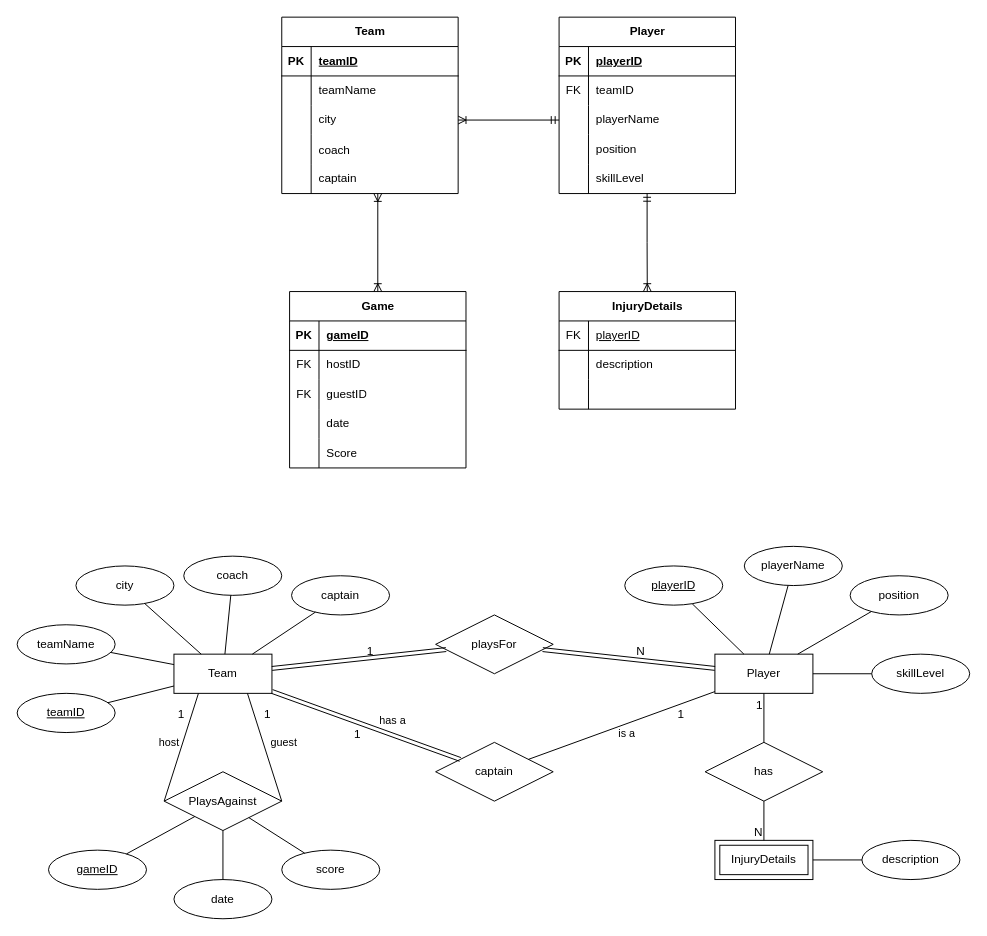
This is Untitled Diagram.drawio from thewecas/pws-sql, a draw.io file, before an edit. Source tidied: cells renumbered, new cells numbered last; positions are measured from the earlier drawing's top-left corner, leaving out a move shared by most shapes. Both pictures are drawn from the tidied source at 98%, with x=0, y=0 at pixel (17, 17).
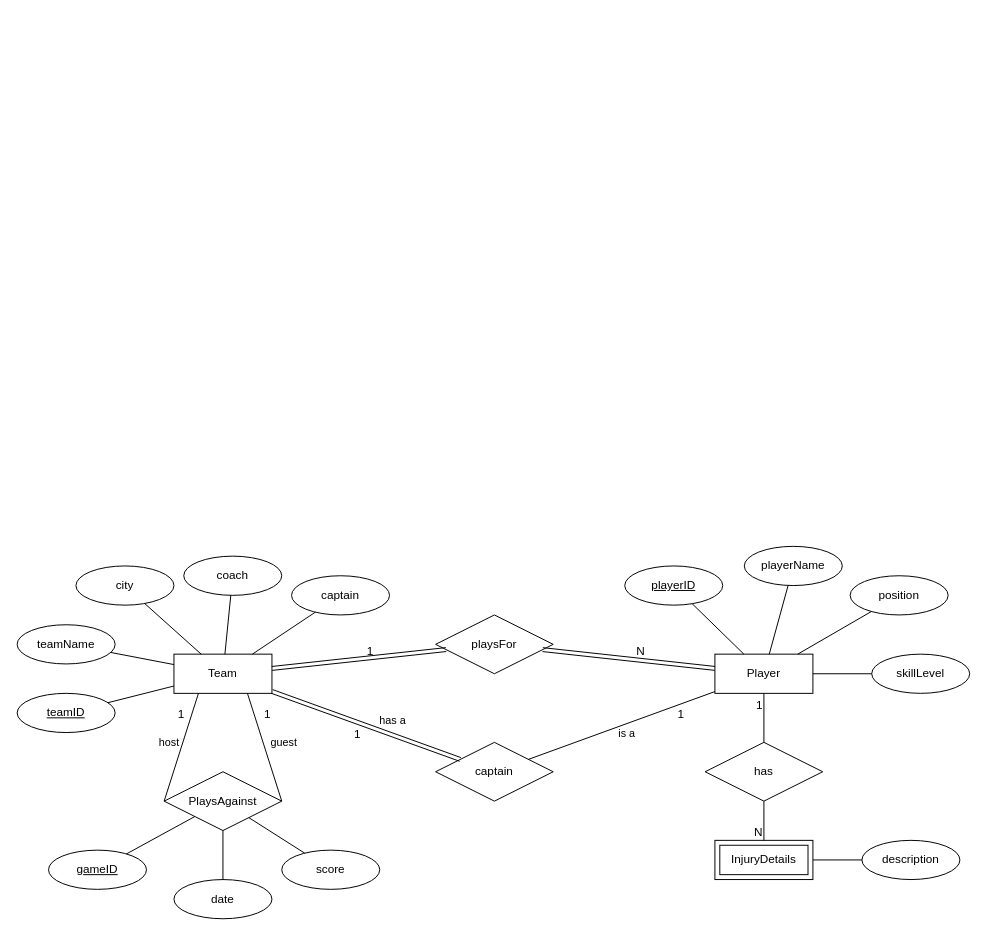
The same page after the edit.

Change to the diagram source:
```diff
@@
-    <mxCell id="2" value="Team" style="shape=table;startSize=30;childLayout=tableLayout;rowLines=0;fontStyle=1;align=center;html=1;" parent="1" vertex="1">
-      <mxGeometry x="270" width="180" height="180" as="geometry" />
-    </mxCell>
-    <mxCell id="3" style="shape=tableRow;horizontal=0;startSize=0;swimlaneHead=0;swimlaneBody=0;fillColor=none;top=0;left=0;right=0;bottom=1;" parent="2" vertex="1">
-      <mxGeometry y="30" width="180" height="30" as="geometry" />
-    </mxCell>
-    <mxCell id="4" value="PK" style="shape=partialRectangle;fillColor=none;top=0;left=0;bottom=0;right=0;fontStyle=1;overflow=hidden;whiteSpace=wrap;html=1;" parent="3" vertex="1">
-      <mxGeometry width="30" height="30" as="geometry" />
-    </mxCell>
-    <mxCell id="5" value="teamID" style="shape=partialRectangle;fillColor=none;top=0;left=0;bottom=0;right=0;align=left;spacingLeft=6;fontStyle=5;overflow=hidden;whiteSpace=wrap;html=1;" parent="3" vertex="1">
-      <mxGeometry x="30" width="150" height="30" as="geometry" />
-    </mxCell>
-    <mxCell id="6" style="shape=tableRow;horizontal=0;startSize=0;swimlaneHead=0;swimlaneBody=0;fillColor=none;top=0;left=0;right=0;bottom=0;" parent="2" vertex="1">
-      <mxGeometry y="60" width="180" height="30" as="geometry" />
-    </mxCell>
-    <mxCell id="7" style="shape=partialRectangle;fillColor=none;top=0;left=0;bottom=0;right=0;overflow=hidden;whiteSpace=wrap;html=1;" parent="6" vertex="1">
-      <mxGeometry width="30" height="30" as="geometry" />
-    </mxCell>
-    <mxCell id="8" value="teamName" style="shape=partialRectangle;fillColor=none;top=0;left=0;bottom=0;right=0;align=left;spacingLeft=6;overflow=hidden;whiteSpace=wrap;html=1;" parent="6" vertex="1">
-      <mxGeometry x="30" width="150" height="30" as="geometry" />
-    </mxCell>
-    <mxCell id="9" style="shape=tableRow;horizontal=0;startSize=0;swimlaneHead=0;swimlaneBody=0;fillColor=none;points=[[0,0.5],[1,0.5]];portConstraint=eastwest;top=0;left=0;right=0;bottom=0;" parent="2" vertex="1">
-      <mxGeometry y="90" width="180" height="30" as="geometry" />
-    </mxCell>
-    <mxCell id="10" style="shape=partialRectangle;fillColor=none;top=0;left=0;bottom=0;right=0;overflow=hidden;whiteSpace=wrap;html=1;" parent="9" vertex="1">
-      <mxGeometry width="30" height="30" as="geometry" />
-    </mxCell>
-    <mxCell id="11" value="city" style="shape=partialRectangle;fillColor=none;top=0;left=0;bottom=0;right=0;align=left;spacingLeft=6;overflow=hidden;whiteSpace=wrap;html=1;" parent="9" vertex="1">
-      <mxGeometry x="30" width="150" height="30" as="geometry" />
-    </mxCell>
-    <mxCell id="12" style="shape=tableRow;horizontal=0;startSize=0;swimlaneHead=0;swimlaneBody=0;fillColor=none;top=0;left=0;right=0;bottom=0;" parent="2" vertex="1">
-      <mxGeometry y="120" width="180" height="30" as="geometry" />
-    </mxCell>
-    <mxCell id="13" style="shape=partialRectangle;fillColor=none;top=0;left=0;bottom=0;right=0;overflow=hidden;" parent="12" vertex="1">
-      <mxGeometry width="30" height="30" as="geometry" />
-    </mxCell>
-    <mxCell id="14" value="coach" style="shape=partialRectangle;fillColor=none;top=0;left=0;bottom=0;right=0;align=left;spacingLeft=6;overflow=hidden;" parent="12" vertex="1">
-      <mxGeometry x="30" width="150" height="30" as="geometry" />
-    </mxCell>
-    <mxCell id="15" style="shape=tableRow;horizontal=0;startSize=0;swimlaneHead=0;swimlaneBody=0;fillColor=none;top=0;left=0;right=0;bottom=0;" parent="2" vertex="1">
-      <mxGeometry y="150" width="180" height="30" as="geometry" />
-    </mxCell>
-    <mxCell id="16" style="shape=partialRectangle;fillColor=none;top=0;left=0;bottom=0;right=0;overflow=hidden;whiteSpace=wrap;html=1;" parent="15" vertex="1">
-      <mxGeometry width="30" height="30" as="geometry" />
-    </mxCell>
-    <mxCell id="17" value="captain" style="shape=partialRectangle;fillColor=none;top=0;left=0;bottom=0;right=0;align=left;spacingLeft=6;overflow=hidden;whiteSpace=wrap;html=1;" parent="15" vertex="1">
-      <mxGeometry x="30" width="150" height="30" as="geometry" />
-    </mxCell>
-    <mxCell id="18" value="Player" style="shape=table;startSize=30;childLayout=tableLayout;rowLines=0;fontStyle=1;align=center;html=1;" parent="1" vertex="1">
-      <mxGeometry x="553" width="180" height="180" as="geometry" />
-    </mxCell>
-    <mxCell id="19" style="shape=tableRow;horizontal=0;startSize=0;swimlaneHead=0;swimlaneBody=0;fillColor=none;top=0;left=0;right=0;bottom=1;" parent="18" vertex="1">
-      <mxGeometry y="30" width="180" height="30" as="geometry" />
-    </mxCell>
-    <mxCell id="20" value="PK" style="shape=partialRectangle;fillColor=none;top=0;left=0;bottom=0;right=0;fontStyle=1;overflow=hidden;whiteSpace=wrap;html=1;" parent="19" vertex="1">
-      <mxGeometry width="30" height="30" as="geometry" />
-    </mxCell>
-    <mxCell id="21" value="playerID" style="shape=partialRectangle;fillColor=none;top=0;left=0;bottom=0;right=0;align=left;spacingLeft=6;fontStyle=5;overflow=hidden;whiteSpace=wrap;html=1;" parent="19" vertex="1">
-      <mxGeometry x="30" width="150" height="30" as="geometry" />
-    </mxCell>
-    <mxCell id="22" style="shape=tableRow;horizontal=0;startSize=0;swimlaneHead=0;swimlaneBody=0;fillColor=none;top=0;left=0;right=0;bottom=0;" parent="18" vertex="1">
-      <mxGeometry y="60" width="180" height="30" as="geometry" />
-    </mxCell>
-    <mxCell id="23" value="FK" style="shape=partialRectangle;fillColor=none;top=0;left=0;bottom=0;right=0;fontStyle=0;overflow=hidden;whiteSpace=wrap;html=1;" parent="22" vertex="1">
-      <mxGeometry width="30" height="30" as="geometry" />
-    </mxCell>
-    <mxCell id="24" value="teamID" style="shape=partialRectangle;fillColor=none;top=0;left=0;bottom=0;right=0;align=left;spacingLeft=6;fontStyle=0;overflow=hidden;whiteSpace=wrap;html=1;" parent="22" vertex="1">
-      <mxGeometry x="30" width="150" height="30" as="geometry" />
-    </mxCell>
-    <mxCell id="25" style="shape=tableRow;horizontal=0;startSize=0;swimlaneHead=0;swimlaneBody=0;fillColor=none;points=[[0,0.5],[1,0.5]];portConstraint=eastwest;top=0;left=0;right=0;bottom=0;" parent="18" vertex="1">
-      <mxGeometry y="90" width="180" height="30" as="geometry" />
-    </mxCell>
-    <mxCell id="26" style="shape=partialRectangle;fillColor=none;top=0;left=0;bottom=0;right=0;overflow=hidden;whiteSpace=wrap;html=1;" parent="25" vertex="1">
-      <mxGeometry width="30" height="30" as="geometry" />
-    </mxCell>
-    <mxCell id="27" value="playerName" style="shape=partialRectangle;fillColor=none;top=0;left=0;bottom=0;right=0;align=left;spacingLeft=6;overflow=hidden;whiteSpace=wrap;html=1;" parent="25" vertex="1">
-      <mxGeometry x="30" width="150" height="30" as="geometry" />
-    </mxCell>
-    <mxCell id="28" style="shape=tableRow;horizontal=0;startSize=0;swimlaneHead=0;swimlaneBody=0;fillColor=none;top=0;left=0;right=0;bottom=0;" parent="18" vertex="1">
-      <mxGeometry y="120" width="180" height="30" as="geometry" />
-    </mxCell>
-    <mxCell id="29" style="shape=partialRectangle;fillColor=none;top=0;left=0;bottom=0;right=0;overflow=hidden;whiteSpace=wrap;html=1;" parent="28" vertex="1">
-      <mxGeometry width="30" height="30" as="geometry" />
-    </mxCell>
-    <mxCell id="30" value="position" style="shape=partialRectangle;fillColor=none;top=0;left=0;bottom=0;right=0;align=left;spacingLeft=6;overflow=hidden;whiteSpace=wrap;html=1;" parent="28" vertex="1">
-      <mxGeometry x="30" width="150" height="30" as="geometry" />
-    </mxCell>
-    <mxCell id="31" style="shape=tableRow;horizontal=0;startSize=0;swimlaneHead=0;swimlaneBody=0;fillColor=none;points=[[0,0.5],[1,0.5]];portConstraint=eastwest;top=0;left=0;right=0;bottom=0;" parent="18" vertex="1">
-      <mxGeometry y="150" width="180" height="30" as="geometry" />
-    </mxCell>
-    <mxCell id="32" style="shape=partialRectangle;fillColor=none;top=0;left=0;bottom=0;right=0;overflow=hidden;whiteSpace=wrap;html=1;" parent="31" vertex="1">
-      <mxGeometry width="30" height="30" as="geometry" />
-    </mxCell>
-    <mxCell id="33" value="skillLevel" style="shape=partialRectangle;fillColor=none;top=0;left=0;bottom=0;right=0;align=left;spacingLeft=6;overflow=hidden;whiteSpace=wrap;html=1;" parent="31" vertex="1">
-      <mxGeometry x="30" width="150" height="30" as="geometry" />
-    </mxCell>
-    <mxCell id="34" value="InjuryDetails" style="shape=table;startSize=30;childLayout=tableLayout;rowLines=0;fontStyle=1;align=center;html=1;" parent="1" vertex="1">
-      <mxGeometry x="553" y="280" width="180" height="120" as="geometry" />
-    </mxCell>
-    <mxCell id="35" style="shape=tableRow;horizontal=0;startSize=0;swimlaneHead=0;swimlaneBody=0;fillColor=none;top=0;left=0;right=0;bottom=1;" parent="34" vertex="1">
-      <mxGeometry y="30" width="180" height="30" as="geometry" />
-    </mxCell>
-    <mxCell id="36" value="&lt;span style=&quot;font-weight: normal;&quot;&gt;FK&lt;/span&gt;" style="shape=partialRectangle;fillColor=none;top=0;left=0;bottom=0;right=0;fontStyle=1;overflow=hidden;whiteSpace=wrap;html=1;" parent="35" vertex="1">
-      <mxGeometry width="30" height="30" as="geometry" />
-    </mxCell>
-    <mxCell id="37" value="&lt;span style=&quot;font-weight: normal;&quot;&gt;playerID&lt;/span&gt;" style="shape=partialRectangle;fillColor=none;top=0;left=0;bottom=0;right=0;align=left;spacingLeft=6;fontStyle=5;overflow=hidden;whiteSpace=wrap;html=1;" parent="35" vertex="1">
-      <mxGeometry x="30" width="150" height="30" as="geometry" />
-    </mxCell>
-    <mxCell id="38" style="shape=tableRow;horizontal=0;startSize=0;swimlaneHead=0;swimlaneBody=0;fillColor=none;top=0;left=0;right=0;bottom=0;" parent="34" vertex="1">
-      <mxGeometry y="60" width="180" height="30" as="geometry" />
-    </mxCell>
-    <mxCell id="39" style="shape=partialRectangle;fillColor=none;top=0;left=0;bottom=0;right=0;overflow=hidden;whiteSpace=wrap;html=1;" parent="38" vertex="1">
-      <mxGeometry width="30" height="30" as="geometry" />
-    </mxCell>
-    <mxCell id="40" value="description" style="shape=partialRectangle;fillColor=none;top=0;left=0;bottom=0;right=0;align=left;spacingLeft=6;overflow=hidden;whiteSpace=wrap;html=1;" parent="38" vertex="1">
-      <mxGeometry x="30" width="150" height="30" as="geometry" />
-    </mxCell>
-    <mxCell id="41" style="shape=tableRow;horizontal=0;startSize=0;swimlaneHead=0;swimlaneBody=0;fillColor=none;top=0;left=0;right=0;bottom=0;" parent="34" vertex="1">
-      <mxGeometry y="90" width="180" height="30" as="geometry" />
-    </mxCell>
-    <mxCell id="42" style="shape=partialRectangle;fillColor=none;top=0;left=0;bottom=0;right=0;overflow=hidden;whiteSpace=wrap;html=1;" parent="41" vertex="1">
-      <mxGeometry width="30" height="30" as="geometry" />
-    </mxCell>
-    <mxCell id="43" style="shape=partialRectangle;fillColor=none;top=0;left=0;bottom=0;right=0;align=left;spacingLeft=6;overflow=hidden;whiteSpace=wrap;html=1;" parent="41" vertex="1">
-      <mxGeometry x="30" width="150" height="30" as="geometry" />
-    </mxCell>
-    <mxCell id="44" value="Game" style="shape=table;startSize=30;childLayout=tableLayout;rowLines=0;fontStyle=1;align=center;html=1;" parent="1" vertex="1">
-      <mxGeometry x="278" y="280" width="180" height="180" as="geometry" />
-    </mxCell>
-    <mxCell id="45" style="shape=tableRow;horizontal=0;startSize=0;swimlaneHead=0;swimlaneBody=0;fillColor=none;top=0;left=0;right=0;bottom=1;" parent="44" vertex="1">
-      <mxGeometry y="30" width="180" height="30" as="geometry" />
-    </mxCell>
-    <mxCell id="46" value="PK" style="shape=partialRectangle;fillColor=none;top=0;left=0;bottom=0;right=0;fontStyle=1;overflow=hidden;whiteSpace=wrap;html=1;" parent="45" vertex="1">
-      <mxGeometry width="30" height="30" as="geometry" />
-    </mxCell>
-    <mxCell id="47" value="gameID" style="shape=partialRectangle;fillColor=none;top=0;left=0;bottom=0;right=0;align=left;spacingLeft=6;fontStyle=5;overflow=hidden;whiteSpace=wrap;html=1;" parent="45" vertex="1">
-      <mxGeometry x="30" width="150" height="30" as="geometry" />
-    </mxCell>
-    <mxCell id="48" style="shape=tableRow;horizontal=0;startSize=0;swimlaneHead=0;swimlaneBody=0;fillColor=none;top=0;left=0;right=0;bottom=0;" parent="44" vertex="1">
-      <mxGeometry y="60" width="180" height="30" as="geometry" />
-    </mxCell>
-    <mxCell id="49" value="FK" style="shape=partialRectangle;fillColor=none;top=0;left=0;bottom=0;right=0;fontStyle=0;overflow=hidden;whiteSpace=wrap;html=1;" parent="48" vertex="1">
-      <mxGeometry width="30" height="30" as="geometry" />
-    </mxCell>
-    <mxCell id="50" value="hostID" style="shape=partialRectangle;fillColor=none;top=0;left=0;bottom=0;right=0;align=left;spacingLeft=6;fontStyle=0;overflow=hidden;whiteSpace=wrap;html=1;" parent="48" vertex="1">
-      <mxGeometry x="30" width="150" height="30" as="geometry" />
-    </mxCell>
-    <mxCell id="51" style="shape=tableRow;horizontal=0;startSize=0;swimlaneHead=0;swimlaneBody=0;fillColor=none;top=0;left=0;right=0;bottom=0;" parent="44" vertex="1">
-      <mxGeometry y="90" width="180" height="30" as="geometry" />
-    </mxCell>
-    <mxCell id="52" value="FK" style="shape=partialRectangle;fillColor=none;top=0;left=0;bottom=0;right=0;fontStyle=0;overflow=hidden;whiteSpace=wrap;html=1;" parent="51" vertex="1">
-      <mxGeometry width="30" height="30" as="geometry" />
-    </mxCell>
-    <mxCell id="53" value="guestID" style="shape=partialRectangle;fillColor=none;top=0;left=0;bottom=0;right=0;align=left;spacingLeft=6;fontStyle=0;overflow=hidden;whiteSpace=wrap;html=1;" parent="51" vertex="1">
-      <mxGeometry x="30" width="150" height="30" as="geometry" />
-    </mxCell>
-    <mxCell id="54" style="shape=tableRow;horizontal=0;startSize=0;swimlaneHead=0;swimlaneBody=0;fillColor=none;top=0;left=0;right=0;bottom=0;" parent="44" vertex="1">
-      <mxGeometry y="120" width="180" height="30" as="geometry" />
-    </mxCell>
-    <mxCell id="55" style="shape=partialRectangle;fillColor=none;top=0;left=0;bottom=0;right=0;overflow=hidden;whiteSpace=wrap;html=1;" parent="54" vertex="1">
-      <mxGeometry width="30" height="30" as="geometry" />
-    </mxCell>
-    <mxCell id="56" value="date" style="shape=partialRectangle;fillColor=none;top=0;left=0;bottom=0;right=0;align=left;spacingLeft=6;overflow=hidden;whiteSpace=wrap;html=1;" parent="54" vertex="1">
-      <mxGeometry x="30" width="150" height="30" as="geometry" />
-    </mxCell>
-    <mxCell id="57" style="shape=tableRow;horizontal=0;startSize=0;swimlaneHead=0;swimlaneBody=0;fillColor=none;top=0;left=0;right=0;bottom=0;" parent="44" vertex="1">
-      <mxGeometry y="150" width="180" height="30" as="geometry" />
-    </mxCell>
-    <mxCell id="58" style="shape=partialRectangle;fillColor=none;top=0;left=0;bottom=0;right=0;overflow=hidden;whiteSpace=wrap;html=1;" parent="57" vertex="1">
-      <mxGeometry width="30" height="30" as="geometry" />
-    </mxCell>
-    <mxCell id="59" value="Score" style="shape=partialRectangle;fillColor=none;top=0;left=0;bottom=0;right=0;align=left;spacingLeft=6;overflow=hidden;whiteSpace=wrap;html=1;" parent="57" vertex="1">
-      <mxGeometry x="30" width="150" height="30" as="geometry" />
-    </mxCell>
-    <mxCell id="60" style="fontSize=12;html=1;endArrow=ERoneToMany;startArrow=ERmandOne;rounded=0;entryX=1;entryY=0.5;entryDx=0;entryDy=0;exitX=0;exitY=0.5;exitDx=0;exitDy=0;edgeStyle=orthogonalEdgeStyle;" parent="1" edge="1" source="25" target="9">
-      <mxGeometry relative="1" as="geometry" />
-    </mxCell>
-    <mxCell id="61" style="fontSize=12;html=1;endArrow=ERoneToMany;startArrow=ERoneToMany;rounded=0;exitX=0.5;exitY=0;exitDx=0;exitDy=0;edgeStyle=orthogonalEdgeStyle;" parent="1" edge="1" source="44">
-      <mxGeometry relative="1" as="geometry">
-        <mxPoint x="368" y="180" as="targetPoint" />
-      </mxGeometry>
-    </mxCell>
-    <mxCell id="62" style="edgeStyle=orthogonalEdgeStyle;fontSize=12;html=1;endArrow=ERoneToMany;startArrow=ERmandOne;rounded=0;entryX=0.5;entryY=0;entryDx=0;entryDy=0;exitX=0.499;exitY=0.994;exitDx=0;exitDy=0;exitPerimeter=0;" parent="1" edge="1" source="31" target="34">
-      <mxGeometry relative="1" as="geometry" />
-    </mxCell>
```
